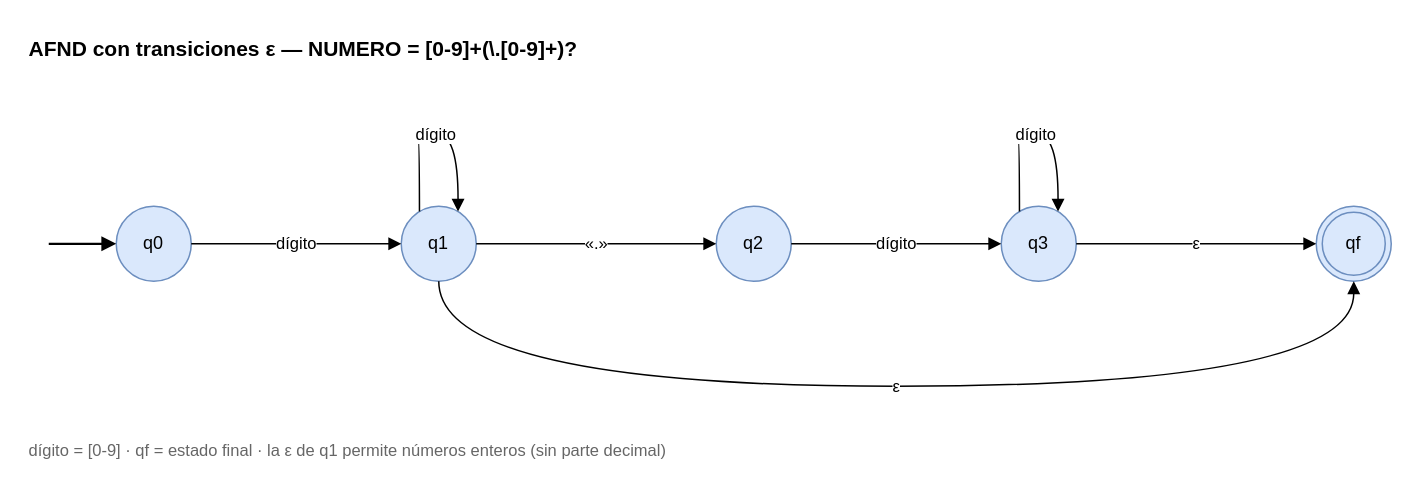
Earlier version of the draw.io diagram docs/diagramas/afnd_numero.drawio (straytg/S14_ACT_COMPILADORES). Source tidied: cells renumbered, new cells numbered last; positions are measured from the earlier drawing's top-left corner, leaving out a move shared by most shapes. Both pictures are drawn from the tidied source at 150%, with x=0, y=0 at pixel (26, 26).
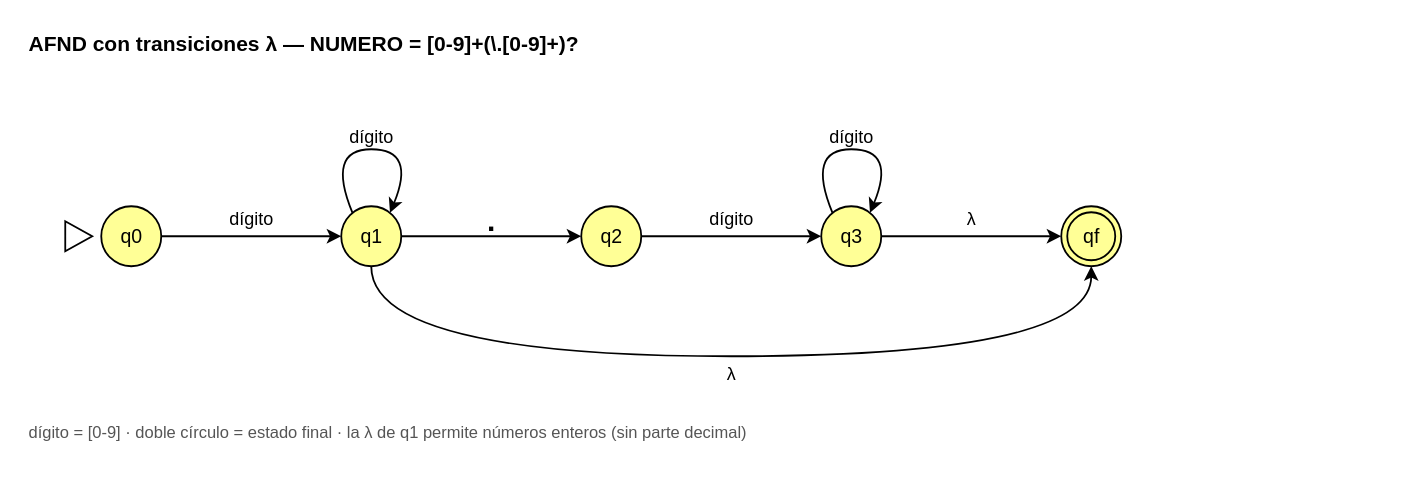
The same page after the edit.

Change to the diagram source:
```diff
@@
-    <mxCell id="2" value="AFND con transiciones ε — NUMERO = [0-9]+(\.[0-9]+)?" style="whiteSpace=wrap;html=1;fontFamily=Helvetica;fontSize=12;text;strokeColor=none;fillColor=none;align=left;verticalAlign=top;fontStyle=1;fontSize=14;" parent="1" vertex="1">
+    <mxCell id="2" value="AFND con transiciones λ  —  NUMERO = [0-9]+(\.[0-9]+)?" style="text;html=1;strokeColor=none;fillColor=none;align=left;verticalAlign=middle;whiteSpace=wrap;fontFamily=Helvetica;fontSize=14;fontColor=#000000;fontStyle=1;" parent="1" vertex="1">
       <mxGeometry width="700" height="24" as="geometry" />
     </mxCell>
-    <mxCell id="3" value="q0" style="whiteSpace=wrap;html=1;fontFamily=Helvetica;fontSize=12;ellipse;fillColor=#dae8fc;strokeColor=#6c8ebf;fontSize=12;" parent="1" vertex="1">
-      <mxGeometry x="60" y="120" width="50" height="50" as="geometry" />
+    <mxCell id="3" value="q0" style="ellipse;html=1;fillColor=#FFFF96;strokeColor=#000000;strokeWidth=1.2;fontFamily=Helvetica;fontSize=13;fontColor=#000000;" parent="1" vertex="1">
+      <mxGeometry x="50" y="120" width="40" height="40" as="geometry" />
     </mxCell>
-    <mxCell id="4" style="html=1;fontFamily=Helvetica;fontSize=11;endArrow=block;endFill=1;strokeWidth=1.5;" parent="1" edge="1" target="3">
-      <mxGeometry relative="1" as="geometry">
-        <mxPoint x="15" y="145" as="sourcePoint" />
-      </mxGeometry>
+    <mxCell id="4" style="triangle;html=1;fillColor=#FFFFFF;strokeColor=#000000;strokeWidth=1.2;" parent="1" vertex="1">
+      <mxGeometry x="26" y="130" width="18" height="20" as="geometry" />
     </mxCell>
-    <mxCell id="5" value="q1" style="whiteSpace=wrap;html=1;fontFamily=Helvetica;fontSize=12;ellipse;fillColor=#dae8fc;strokeColor=#6c8ebf;fontSize=12;" parent="1" vertex="1">
-      <mxGeometry x="250" y="120" width="50" height="50" as="geometry" />
+    <mxCell id="5" value="q1" style="ellipse;html=1;fillColor=#FFFF96;strokeColor=#000000;strokeWidth=1.2;fontFamily=Helvetica;fontSize=13;fontColor=#000000;" parent="1" vertex="1">
+      <mxGeometry x="210" y="120" width="40" height="40" as="geometry" />
     </mxCell>
-    <mxCell id="6" value="q2" style="whiteSpace=wrap;html=1;fontFamily=Helvetica;fontSize=12;ellipse;fillColor=#dae8fc;strokeColor=#6c8ebf;fontSize=12;" parent="1" vertex="1">
-      <mxGeometry x="460" y="120" width="50" height="50" as="geometry" />
+    <mxCell id="6" value="q2" style="ellipse;html=1;fillColor=#FFFF96;strokeColor=#000000;strokeWidth=1.2;fontFamily=Helvetica;fontSize=13;fontColor=#000000;" parent="1" vertex="1">
+      <mxGeometry x="370" y="120" width="40" height="40" as="geometry" />
     </mxCell>
-    <mxCell id="7" value="q3" style="whiteSpace=wrap;html=1;fontFamily=Helvetica;fontSize=12;ellipse;fillColor=#dae8fc;strokeColor=#6c8ebf;fontSize=12;" parent="1" vertex="1">
-      <mxGeometry x="650" y="120" width="50" height="50" as="geometry" />
+    <mxCell id="7" value="q3" style="ellipse;html=1;fillColor=#FFFF96;strokeColor=#000000;strokeWidth=1.2;fontFamily=Helvetica;fontSize=13;fontColor=#000000;" parent="1" vertex="1">
+      <mxGeometry x="530" y="120" width="40" height="40" as="geometry" />
     </mxCell>
-    <mxCell id="8" value="qf" style="whiteSpace=wrap;html=1;fontFamily=Helvetica;fontSize=12;shape=doubleEllipse;fillColor=#dae8fc;strokeColor=#6c8ebf;fontSize=12;" parent="1" vertex="1">
-      <mxGeometry x="860" y="120" width="50" height="50" as="geometry" />
+    <mxCell id="8" value="qf" style="shape=doubleEllipse;html=1;fillColor=#FFFF96;strokeColor=#000000;strokeWidth=1.2;fontFamily=Helvetica;fontSize=13;fontColor=#000000;margin=4;" parent="1" vertex="1">
+      <mxGeometry x="690" y="120" width="40" height="40" as="geometry" />
     </mxCell>
-    <mxCell id="9" value="dígito" style="html=1;fontFamily=Helvetica;fontSize=11;endArrow=block;endFill=1;" parent="1" edge="1" source="3" target="5">
-      <mxGeometry relative="1" as="geometry" />
+    <mxCell id="9" value="dígito" style="html=1;endArrow=classic;endFill=1;strokeColor=#000000;strokeWidth=1.2;fontFamily=Helvetica;fontSize=12;labelBackgroundColor=none;" parent="1" edge="1" source="3" target="5">
+      <mxGeometry relative="1" as="geometry">
+        <mxPoint y="-11" as="offset" />
+      </mxGeometry>
     </mxCell>
-    <mxCell id="10" value="dígito" style="html=1;fontFamily=Helvetica;fontSize=11;endArrow=block;endFill=1;edgeStyle=orthogonalEdgeStyle;curved=1;exitX=0.2;exitY=0;entryX=0.8;entryY=0;" parent="1" edge="1" source="5" target="5">
+    <mxCell id="10" value="dígito" style="html=1;endArrow=classic;endFill=1;strokeColor=#000000;strokeWidth=1.2;fontFamily=Helvetica;fontSize=12;labelBackgroundColor=none;curved=1;exitX=0.2;exitY=0.12;entryX=0.8;entryY=0.12;" parent="1" edge="1" source="5" target="5">
       <mxGeometry relative="1" as="geometry">
         <Array as="points">
-          <mxPoint x="260" y="72" />
-          <mxPoint x="290" y="72" />
+          <mxPoint x="200" y="82" />
+          <mxPoint x="260" y="82" />
         </Array>
+        <mxPoint y="-8" as="offset" />
       </mxGeometry>
     </mxCell>
-    <mxCell id="11" value="«.»" style="html=1;fontFamily=Helvetica;fontSize=11;endArrow=block;endFill=1;" parent="1" edge="1" source="5" target="6">
-      <mxGeometry relative="1" as="geometry" />
+    <mxCell id="11" value="." style="html=1;endArrow=classic;endFill=1;strokeColor=#000000;strokeWidth=1.2;fontFamily=Helvetica;fontSize=12;labelBackgroundColor=none;fontStyle=1;fontSize=20;" parent="1" edge="1" source="5" target="6">
+      <mxGeometry relative="1" as="geometry">
+        <mxPoint y="-11" as="offset" />
+      </mxGeometry>
     </mxCell>
-    <mxCell id="12" value="dígito" style="html=1;fontFamily=Helvetica;fontSize=11;endArrow=block;endFill=1;" parent="1" edge="1" source="6" target="7">
-      <mxGeometry relative="1" as="geometry" />
+    <mxCell id="12" value="dígito" style="html=1;endArrow=classic;endFill=1;strokeColor=#000000;strokeWidth=1.2;fontFamily=Helvetica;fontSize=12;labelBackgroundColor=none;" parent="1" edge="1" source="6" target="7">
+      <mxGeometry relative="1" as="geometry">
+        <mxPoint y="-11" as="offset" />
+      </mxGeometry>
     </mxCell>
-    <mxCell id="13" value="dígito" style="html=1;fontFamily=Helvetica;fontSize=11;endArrow=block;endFill=1;edgeStyle=orthogonalEdgeStyle;curved=1;exitX=0.2;exitY=0;entryX=0.8;entryY=0;" parent="1" edge="1" source="7" target="7">
+    <mxCell id="13" value="dígito" style="html=1;endArrow=classic;endFill=1;strokeColor=#000000;strokeWidth=1.2;fontFamily=Helvetica;fontSize=12;labelBackgroundColor=none;curved=1;exitX=0.2;exitY=0.12;entryX=0.8;entryY=0.12;" parent="1" edge="1" source="7" target="7">
       <mxGeometry relative="1" as="geometry">
         <Array as="points">
-          <mxPoint x="660" y="72" />
-          <mxPoint x="690" y="72" />
+          <mxPoint x="520" y="82" />
+          <mxPoint x="580" y="82" />
         </Array>
+        <mxPoint y="-8" as="offset" />
       </mxGeometry>
     </mxCell>
-    <mxCell id="14" value="ε" style="html=1;fontFamily=Helvetica;fontSize=11;endArrow=block;endFill=1;" parent="1" edge="1" source="7" target="8">
-      <mxGeometry relative="1" as="geometry" />
+    <mxCell id="14" value="λ" style="html=1;endArrow=classic;endFill=1;strokeColor=#000000;strokeWidth=1.2;fontFamily=Helvetica;fontSize=12;labelBackgroundColor=none;" parent="1" edge="1" source="7" target="8">
+      <mxGeometry relative="1" as="geometry">
+        <mxPoint y="-11" as="offset" />
+      </mxGeometry>
     </mxCell>
-    <mxCell id="15" value="ε" style="html=1;fontFamily=Helvetica;fontSize=11;endArrow=block;endFill=1;edgeStyle=orthogonalEdgeStyle;curved=1;exitX=0.5;exitY=1;entryX=0.5;entryY=1;" parent="1" edge="1" source="5" target="8">
+    <mxCell id="15" value="λ" style="html=1;endArrow=classic;endFill=1;strokeColor=#000000;strokeWidth=1.2;fontFamily=Helvetica;fontSize=12;labelBackgroundColor=none;edgeStyle=orthogonalEdgeStyle;curved=1;exitX=0.5;exitY=1;entryX=0.5;entryY=1;" parent="1" edge="1" source="5" target="8">
       <mxGeometry relative="1" as="geometry">
         <Array as="points">
-          <mxPoint x="275" y="240" />
-          <mxPoint x="885" y="240" />
+          <mxPoint x="230" y="220" />
+          <mxPoint x="710" y="220" />
         </Array>
+        <mxPoint y="12" as="offset" />
       </mxGeometry>
     </mxCell>
-    <mxCell id="16" value="dígito = [0-9]   ·   qf = estado final   ·   la ε de q1 permite números enteros (sin parte decimal)" style="whiteSpace=wrap;html=1;fontFamily=Helvetica;fontSize=12;text;strokeColor=none;fillColor=none;align=left;verticalAlign=top;fontSize=11;fontColor=#666666;" parent="1" vertex="1">
-      <mxGeometry y="270" width="900" height="24" as="geometry" />
+    <mxCell id="16" value="dígito = [0-9]   ·   doble círculo = estado final   ·   la λ de q1 permite números enteros (sin parte decimal)" style="text;html=1;strokeColor=none;fillColor=none;align=left;verticalAlign=middle;whiteSpace=wrap;fontFamily=Helvetica;fontSize=11;fontColor=#555555;" parent="1" vertex="1">
+      <mxGeometry y="260" width="860" height="22" as="geometry" />
     </mxCell>
```
